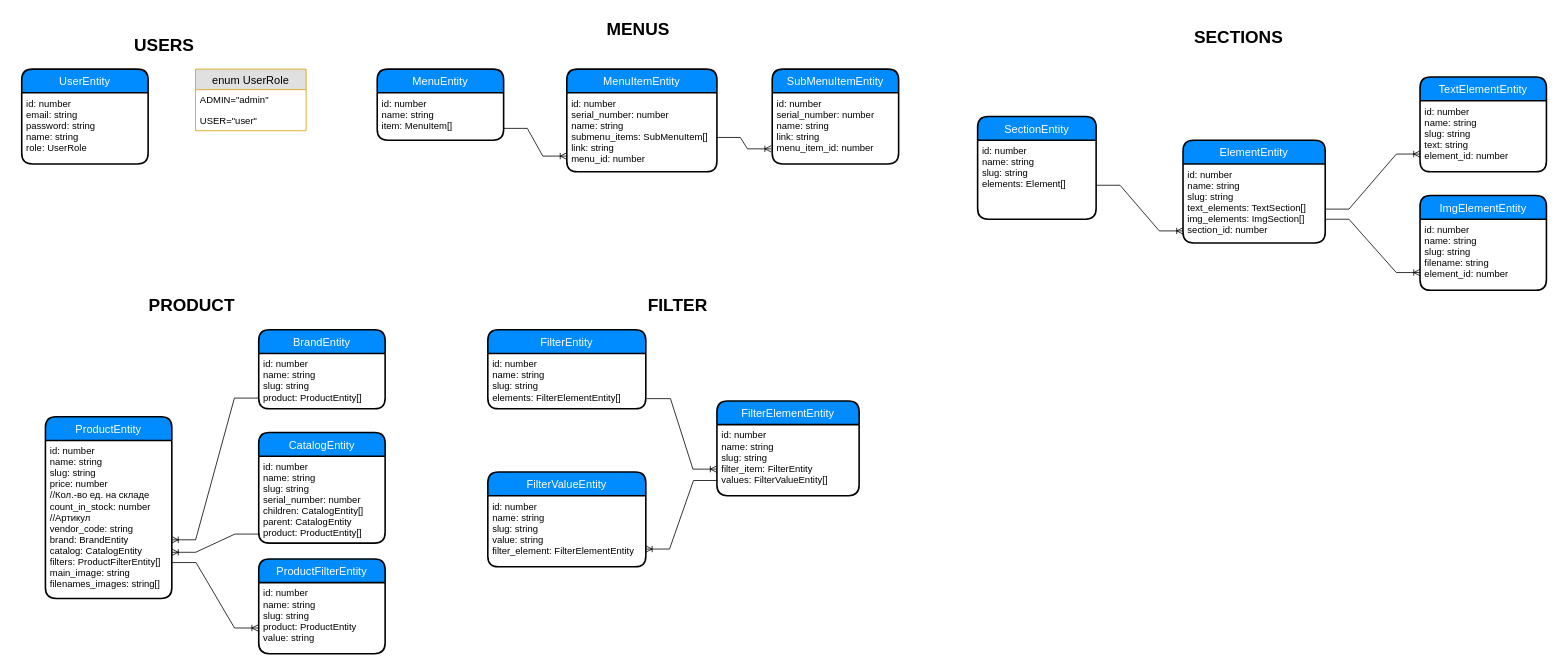
Earlier version of the draw.io diagram page "DB" (2 of 2) of Diagram.drawio (alexsmith-proff/marketplace_of_flowers). Source tidied: cells renumbered, new cells numbered last; positions are measured from the earlier drawing's top-left corner, leaving out a move shared by most shapes. Both pictures are drawn from the tidied source at 79%, with x=0, y=0 at pixel (21, 13).
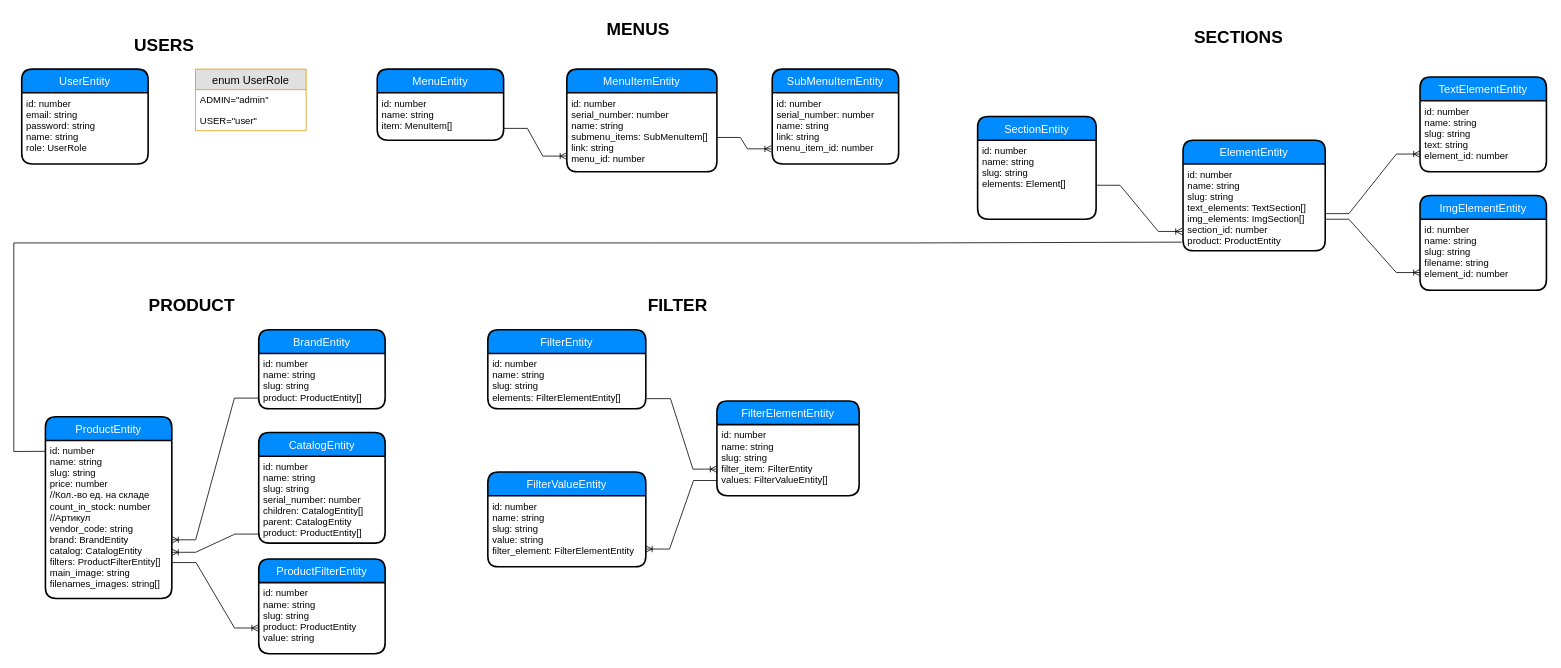
The same page after the edit.

Unchanged cells that the change refers to:
```xml
<mxCell id="27" value="id: number&#10;name: string&#10;slug: string&#10;elements: Element[]" style="align=left;strokeColor=none;fillColor=none;spacingLeft=4;fontSize=12;verticalAlign=top;" parent="26" vertex="1">
  <mxGeometry y="30" width="150" height="100" as="geometry" />
</mxCell>
<mxCell id="30" value="id: number&#10;name: string&#10;slug: string&#10;price: number&#10;//Кол.-во ед. на складе&#10;count_in_stock: number &#10;//Артикул&#10;vendor_code: string &#10;brand: BrandEntity&#10;catalog: CatalogEntity&#10;filters: ProductFilterEntity[]&#10;main_image: string&#10;filenames_images: string[]&#10;" style="align=left;strokeColor=none;fillColor=none;spacingLeft=4;fontSize=12;verticalAlign=top;" parent="29" vertex="1">
  <mxGeometry y="30" width="160" height="200" as="geometry" />
</mxCell>
```

Change to the diagram source:
```diff
@@
     <mxCell id="14" value="ElementEntity" style="swimlane;horizontal=1;startSize=30;fillColor=#008cff;fontColor=#FFFFFF;rounded=1;fontSize=14;fontStyle=0;strokeWidth=2;shadow=0;dashed=0;align=center;" parent="1" vertex="1">
-      <mxGeometry x="1470" y="160" width="180" height="130" as="geometry" />
+      <mxGeometry x="1470" y="160" width="180" height="140" as="geometry" />
     </mxCell>
-    <mxCell id="15" value="id: number&#10;name: string&#10;slug: string&#10;text_elements: TextSection[]&#10;img_elements: ImgSection[]&#10;section_id: number" style="align=left;strokeColor=none;fillColor=none;spacingLeft=4;fontSize=12;verticalAlign=top;" parent="14" vertex="1">
-      <mxGeometry y="30" width="180" height="100" as="geometry" />
+    <mxCell id="15" value="id: number&#10;name: string&#10;slug: string&#10;text_elements: TextSection[]&#10;img_elements: ImgSection[]&#10;section_id: number&#10;product: ProductEntity" style="align=left;strokeColor=none;fillColor=none;spacingLeft=4;fontSize=12;verticalAlign=top;" parent="14" vertex="1">
+      <mxGeometry y="30" width="180" height="110" as="geometry" />
     </mxCell>
@@
-    <mxCell id="28" style="edgeStyle=entityRelationEdgeStyle;fontSize=12;html=1;endArrow=ERoneToMany;rounded=0;entryX=0;entryY=0.848;entryDx=0;entryDy=0;exitX=1.002;exitY=0.57;exitDx=0;exitDy=0;exitPerimeter=0;entryPerimeter=0;" parent="1" edge="1" source="27" target="15">
+    <mxCell id="28" style="edgeStyle=entityRelationEdgeStyle;fontSize=12;html=1;endArrow=ERoneToMany;rounded=0;entryX=-0.007;entryY=0.777;entryDx=0;entryDy=0;exitX=1.002;exitY=0.57;exitDx=0;exitDy=0;exitPerimeter=0;entryPerimeter=0;" parent="1" edge="1" source="27" target="15">
       <mxGeometry relative="1" as="geometry" />
     </mxCell>
@@
+    <mxCell id="50" style="endArrow=none;html=1;rounded=0;exitX=-0.01;exitY=0.9;exitDx=0;exitDy=0;exitPerimeter=0;" parent="1" edge="1" source="15">
+      <mxGeometry relative="1" as="geometry">
+        <mxPoint x="800" y="290" as="targetPoint" />
+        <Array as="points">
+          <mxPoint x="1130" y="290" />
+        </Array>
+      </mxGeometry>
+    </mxCell>
+    <mxCell id="51" style="endArrow=none;html=1;rounded=0;" parent="1" edge="1">
+      <mxGeometry relative="1" as="geometry">
+        <mxPoint x="-10" y="290" as="sourcePoint" />
+        <mxPoint x="800" y="290" as="targetPoint" />
+      </mxGeometry>
+    </mxCell>
+    <mxCell id="52" style="endArrow=none;html=1;rounded=0;" parent="1" edge="1">
+      <mxGeometry relative="1" as="geometry">
+        <mxPoint x="-10" y="554" as="sourcePoint" />
+        <mxPoint x="-10" y="290" as="targetPoint" />
+      </mxGeometry>
+    </mxCell>
+    <mxCell id="53" style="endArrow=none;html=1;rounded=0;entryX=-0.002;entryY=0.069;entryDx=0;entryDy=0;entryPerimeter=0;" parent="1" edge="1" target="30">
+      <mxGeometry relative="1" as="geometry">
+        <mxPoint x="-10" y="554" as="sourcePoint" />
+      </mxGeometry>
+    </mxCell>
```
